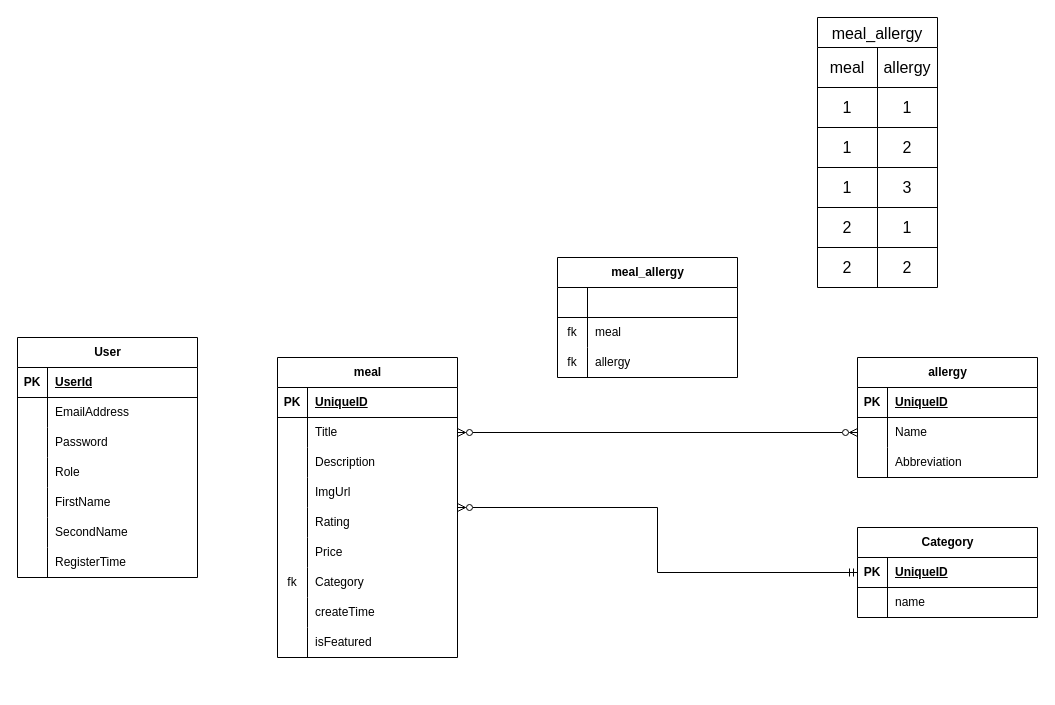
TecJoJo/RamenHouse keeps this draw.io diagram as ramenHouse/ERDiagram.drawio. Above is the earlier version. Source tidied: cells renumbered, new cells numbered last; positions are measured from the earlier drawing's top-left corner, leaving out a move shared by most shapes. Both pictures are drawn from the tidied source at 100%, with x=0, y=0 at pixel (17, 17).
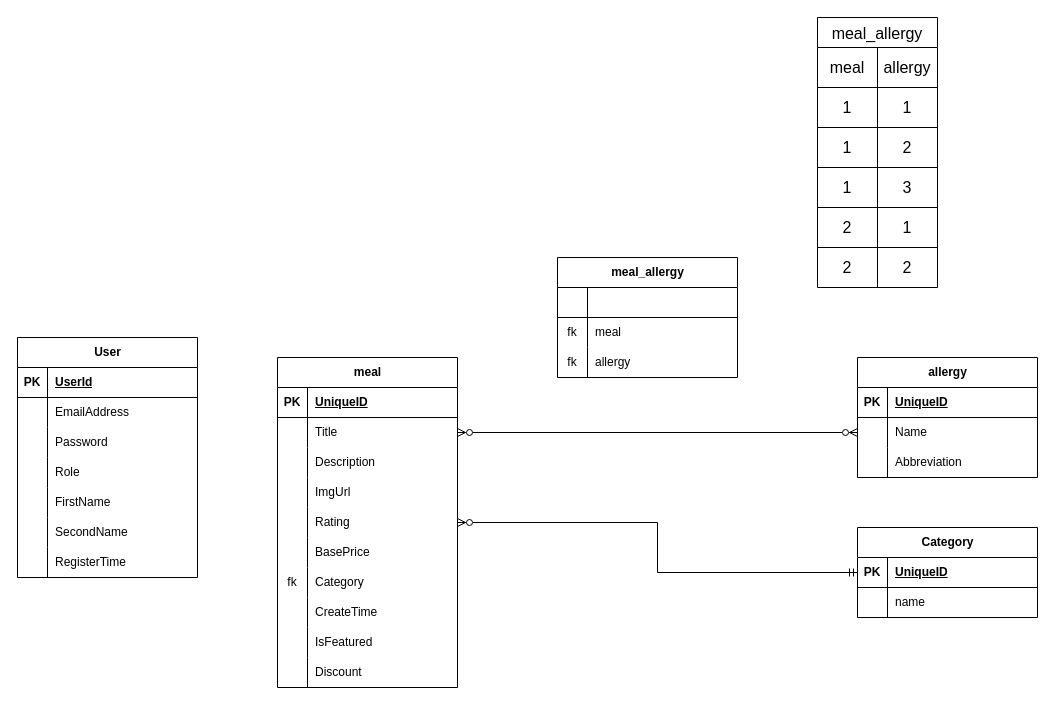
The same page after the edit.

Unchanged cells that the change refers to:
```xml
<mxCell id="41" style="shape=tableRow;horizontal=0;startSize=0;swimlaneHead=0;swimlaneBody=0;fillColor=none;top=0;left=0;right=0;bottom=0;" parent="25" vertex="1">
  <mxGeometry y="180" width="180" height="30" as="geometry" />
</mxCell>
<mxCell id="47" style="shape=tableRow;horizontal=0;startSize=0;swimlaneHead=0;swimlaneBody=0;fillColor=none;top=0;left=0;right=0;bottom=0;" parent="25" vertex="1">
  <mxGeometry y="240" width="180" height="30" as="geometry" />
</mxCell>
<mxCell id="50" style="shape=tableRow;horizontal=0;startSize=0;swimlaneHead=0;swimlaneBody=0;fillColor=none;top=0;left=0;right=0;bottom=0;" parent="25" vertex="1">
  <mxGeometry y="270" width="180" height="30" as="geometry" />
</mxCell>
```

Diff of the diagram source:
```diff
@@
     <mxCell id="25" value="meal" style="shape=table;startSize=30;childLayout=tableLayout;rowLines=0;fontStyle=1;align=center;html=1;" parent="1" vertex="1">
-      <mxGeometry x="260" y="340" width="180" height="300" as="geometry" />
+      <mxGeometry x="260" y="340" width="180" height="330" as="geometry" />
     </mxCell>
@@
-    <mxCell id="43" value="Price" style="shape=partialRectangle;fillColor=none;top=0;left=0;bottom=0;right=0;align=left;spacingLeft=6;overflow=hidden;whiteSpace=wrap;html=1;" parent="41" vertex="1">
+    <mxCell id="43" value="BasePrice" style="shape=partialRectangle;fillColor=none;top=0;left=0;bottom=0;right=0;align=left;spacingLeft=6;overflow=hidden;whiteSpace=wrap;html=1;" parent="41" vertex="1">
       <mxGeometry x="30" width="150" height="30" as="geometry" />
     </mxCell>
@@
-    <mxCell id="49" value="createTime" style="shape=partialRectangle;fillColor=none;top=0;left=0;bottom=0;right=0;align=left;spacingLeft=6;overflow=hidden;whiteSpace=wrap;html=1;" parent="47" vertex="1">
+    <mxCell id="49" value="CreateTime" style="shape=partialRectangle;fillColor=none;top=0;left=0;bottom=0;right=0;align=left;spacingLeft=6;overflow=hidden;whiteSpace=wrap;html=1;" parent="47" vertex="1">
       <mxGeometry x="30" width="150" height="30" as="geometry" />
     </mxCell>
@@
-    <mxCell id="52" value="isFeatured" style="shape=partialRectangle;fillColor=none;top=0;left=0;bottom=0;right=0;align=left;spacingLeft=6;overflow=hidden;whiteSpace=wrap;html=1;" parent="50" vertex="1">
+    <mxCell id="52" value="IsFeatured" style="shape=partialRectangle;fillColor=none;top=0;left=0;bottom=0;right=0;align=left;spacingLeft=6;overflow=hidden;whiteSpace=wrap;html=1;" parent="50" vertex="1">
       <mxGeometry x="30" width="150" height="30" as="geometry" />
     </mxCell>
+    <mxCell id="100" style="shape=tableRow;horizontal=0;startSize=0;swimlaneHead=0;swimlaneBody=0;fillColor=none;top=0;left=0;right=0;bottom=0;" parent="25" vertex="1">
+      <mxGeometry y="300" width="180" height="30" as="geometry" />
+    </mxCell>
+    <mxCell id="101" style="shape=partialRectangle;fillColor=none;top=0;left=0;bottom=0;right=0;overflow=hidden;whiteSpace=wrap;html=1;" parent="100" vertex="1">
+      <mxGeometry width="30" height="30" as="geometry" />
+    </mxCell>
+    <mxCell id="102" value="Discount" style="shape=partialRectangle;fillColor=none;top=0;left=0;bottom=0;right=0;align=left;spacingLeft=6;overflow=hidden;whiteSpace=wrap;html=1;" parent="100" vertex="1">
+      <mxGeometry x="30" width="150" height="30" as="geometry" />
+    </mxCell>
```
